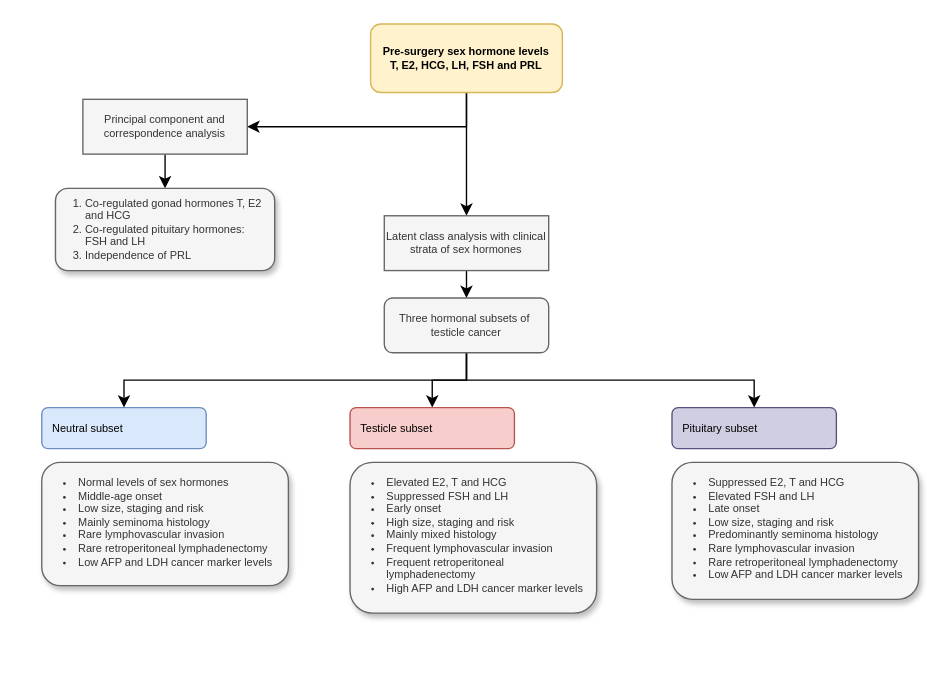
Above: schemes/results_hormones.drawio in PiotrTymoszuk/TesCa_hormones (draw.io), before the change. Source tidied: cells renumbered, new cells numbered last; positions are measured from the earlier drawing's top-left corner, leaving out a move shared by most shapes. Both pictures are drawn from the tidied source at 137%, with x=0, y=0 at pixel (41, 23).
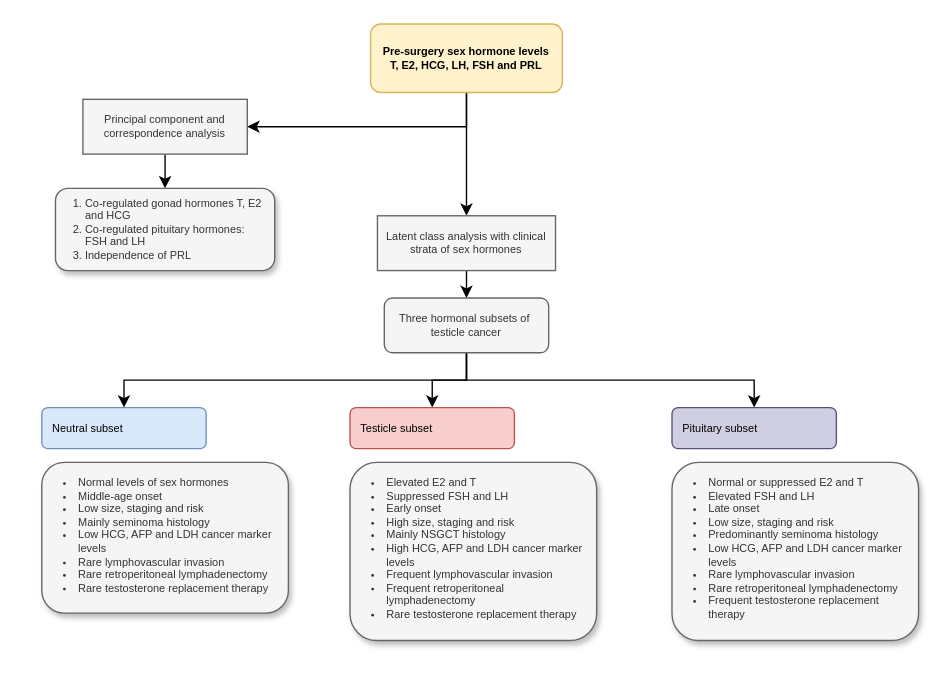
After the change.

The edit, as a diff of the source:
```diff
@@
     <mxCell id="9" value="Latent class analysis with clinical strata of sex hormones" style="rounded=0;whiteSpace=wrap;html=1;fontSize=8;fillColor=#f5f5f5;fontColor=#333333;strokeColor=#666666;" parent="1" vertex="1">
-      <mxGeometry x="250" y="140" width="120" height="40" as="geometry" />
+      <mxGeometry x="245" y="140" width="130" height="40" as="geometry" />
     </mxCell>
@@
-    <mxCell id="17" value="&lt;ul&gt;&lt;li&gt;Normal levels of sex hormones&lt;/li&gt;&lt;li&gt;Middle-age onset&lt;/li&gt;&lt;li&gt;Low size, staging and risk&lt;/li&gt;&lt;li&gt;Mainly seminoma histology&lt;/li&gt;&lt;li&gt;Rare lymphovascular invasion&lt;/li&gt;&lt;li&gt;Rare retroperitoneal lymphadenectomy&lt;/li&gt;&lt;li&gt;Low AFP and LDH cancer marker levels&lt;/li&gt;&lt;/ul&gt;" style="rounded=1;whiteSpace=wrap;html=1;fontSize=8;align=left;spacingLeft=-15;verticalAlign=top;spacingTop=-4;glass=0;shadow=1;fillColor=#f5f5f5;fontColor=#333333;strokeColor=#666666;" parent="1" vertex="1">
-      <mxGeometry y="320" width="180" height="90" as="geometry" />
+    <mxCell id="17" value="&lt;ul&gt;&lt;li&gt;Normal levels of sex hormones&lt;/li&gt;&lt;li&gt;Middle-age onset&lt;/li&gt;&lt;li&gt;Low size, staging and risk&lt;/li&gt;&lt;li&gt;Mainly seminoma histology&lt;/li&gt;&lt;li style=&quot;border-color: var(--border-color);&quot;&gt;Low HCG, AFP and LDH cancer marker levels&lt;/li&gt;&lt;li&gt;Rare lymphovascular invasion&lt;/li&gt;&lt;li&gt;Rare retroperitoneal lymphadenectomy&lt;/li&gt;&lt;li&gt;Rare testosterone replacement therapy&lt;/li&gt;&lt;/ul&gt;" style="rounded=1;whiteSpace=wrap;html=1;fontSize=8;align=left;spacingLeft=-15;verticalAlign=top;spacingTop=-4;glass=0;shadow=1;fillColor=#f5f5f5;fontColor=#333333;strokeColor=#666666;" parent="1" vertex="1">
+      <mxGeometry y="320" width="180" height="110" as="geometry" />
     </mxCell>
-    <mxCell id="18" value="&lt;ul&gt;&lt;li&gt;Elevated E2, T and HCG&lt;/li&gt;&lt;li&gt;Suppressed FSH and LH&lt;/li&gt;&lt;li&gt;Early onset&lt;/li&gt;&lt;li&gt;High size, staging and risk&lt;/li&gt;&lt;li&gt;Mainly mixed histology&lt;/li&gt;&lt;li&gt;Frequent lymphovascular invasion&lt;/li&gt;&lt;li&gt;Frequent retroperitoneal lymphadenectomy&lt;/li&gt;&lt;li&gt;High AFP and LDH cancer marker levels&lt;/li&gt;&lt;/ul&gt;" style="rounded=1;whiteSpace=wrap;html=1;fontSize=8;align=left;spacingLeft=-15;verticalAlign=top;spacingTop=-4;glass=0;shadow=1;spacingRight=1;fillColor=#f5f5f5;fontColor=#333333;strokeColor=#666666;" parent="1" vertex="1">
-      <mxGeometry x="225" y="320" width="180" height="110" as="geometry" />
+    <mxCell id="18" value="&lt;ul&gt;&lt;li&gt;Elevated E2 and T&amp;nbsp;&lt;/li&gt;&lt;li&gt;Suppressed FSH and LH&lt;/li&gt;&lt;li&gt;Early onset&lt;/li&gt;&lt;li&gt;High size, staging and risk&lt;/li&gt;&lt;li&gt;Mainly NSGCT histology&lt;/li&gt;&lt;li style=&quot;border-color: var(--border-color);&quot;&gt;High HCG, AFP and LDH cancer marker levels&lt;/li&gt;&lt;li&gt;Frequent lymphovascular invasion&lt;/li&gt;&lt;li&gt;Frequent retroperitoneal lymphadenectomy&lt;/li&gt;&lt;li&gt;Rare testosterone replacement therapy&lt;/li&gt;&lt;/ul&gt;" style="rounded=1;whiteSpace=wrap;html=1;fontSize=8;align=left;spacingLeft=-15;verticalAlign=top;spacingTop=-4;glass=0;shadow=1;spacingRight=1;fillColor=#f5f5f5;fontColor=#333333;strokeColor=#666666;" parent="1" vertex="1">
+      <mxGeometry x="225" y="320" width="180" height="130" as="geometry" />
     </mxCell>
-    <mxCell id="19" value="&lt;ul&gt;&lt;li&gt;Suppressed E2, T and HCG&lt;/li&gt;&lt;li&gt;Elevated FSH and LH&lt;/li&gt;&lt;li&gt;Late onset&lt;/li&gt;&lt;li&gt;Low size, staging and risk&lt;/li&gt;&lt;li&gt;Predominantly seminoma histology&lt;/li&gt;&lt;li&gt;Rare lymphovascular invasion&lt;/li&gt;&lt;li&gt;Rare retroperitoneal lymphadenectomy&lt;/li&gt;&lt;li&gt;Low AFP and LDH cancer marker levels&lt;/li&gt;&lt;/ul&gt;" style="rounded=1;whiteSpace=wrap;html=1;fontSize=8;align=left;spacingLeft=-15;verticalAlign=top;spacingTop=-4;glass=0;shadow=1;spacingRight=1;fillColor=#f5f5f5;fontColor=#333333;strokeColor=#666666;" parent="1" vertex="1">
-      <mxGeometry x="460" y="320" width="180" height="100" as="geometry" />
+    <mxCell id="19" value="&lt;ul&gt;&lt;li&gt;Normal or suppressed E2 and T&amp;nbsp;&lt;/li&gt;&lt;li&gt;Elevated FSH and LH&lt;/li&gt;&lt;li&gt;Late onset&lt;/li&gt;&lt;li&gt;Low size, staging and risk&lt;/li&gt;&lt;li&gt;Predominantly seminoma histology&lt;/li&gt;&lt;li style=&quot;border-color: var(--border-color);&quot;&gt;Low HCG, AFP and LDH cancer marker levels&lt;/li&gt;&lt;li&gt;Rare lymphovascular invasion&lt;/li&gt;&lt;li&gt;Rare retroperitoneal lymphadenectomy&lt;/li&gt;&lt;li&gt;Frequent testosterone replacement therapy&lt;/li&gt;&lt;/ul&gt;" style="rounded=1;whiteSpace=wrap;html=1;fontSize=8;align=left;spacingLeft=-15;verticalAlign=top;spacingTop=-4;glass=0;shadow=1;spacingRight=1;fillColor=#f5f5f5;fontColor=#333333;strokeColor=#666666;" parent="1" vertex="1">
+      <mxGeometry x="460" y="320" width="180" height="130" as="geometry" />
     </mxCell>
```
